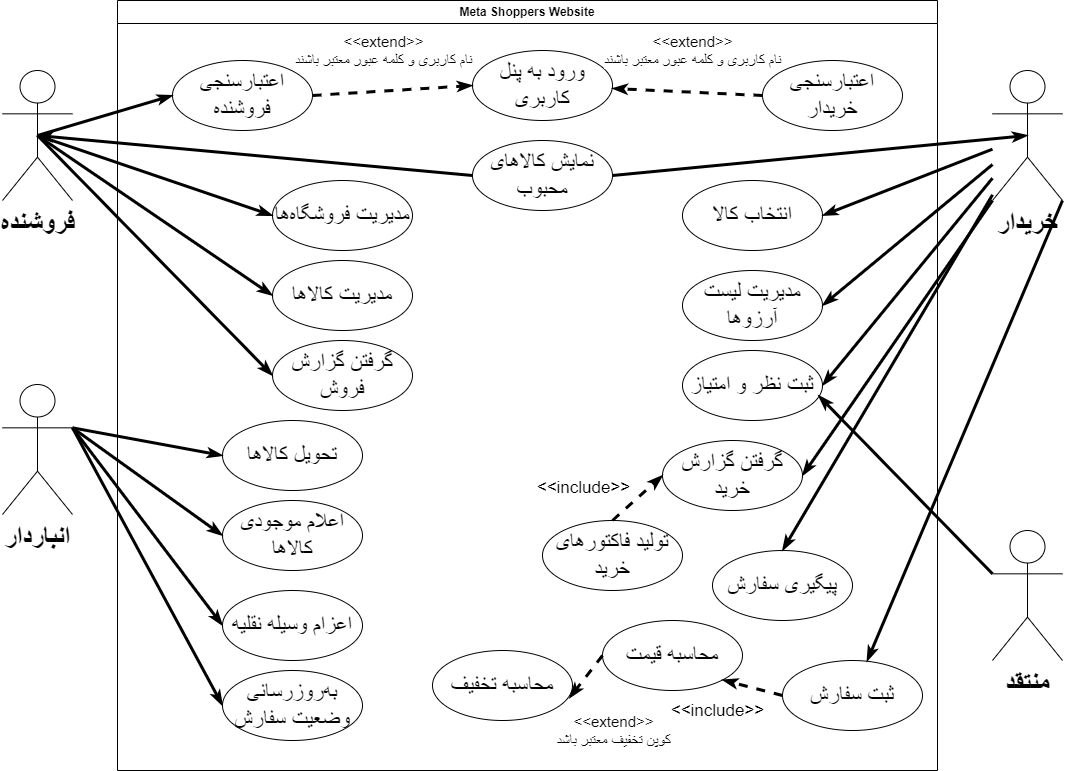
Before: Documentations/4- Usecase Diagram/MetaShoppers_UCDiag.drawio.png, a diagram exported from draw.io (Mehrbod-MK/MetaShoppers). Source tidied: cells renumbered, new cells last; positions are measured from the earlier drawing's top-left corner, leaving out a move shared by most shapes. The source it was exported from:
```xml
<mxGraphModel>
  <root>
    <mxCell id="0" />
    <mxCell id="1" parent="0" />
    <mxCell id="2" value="Meta Shoppers Website" style="swimlane;whiteSpace=wrap;html=1;" parent="1" vertex="1">
      <mxGeometry x="115" width="820" height="770" as="geometry" />
    </mxCell>
    <mxCell id="3" value="اعتبارسنجی فروشنده" style="ellipse;whiteSpace=wrap;html=1;fontSize=22;" parent="2" vertex="1">
      <mxGeometry x="55" y="60" width="140" height="70" as="geometry" />
    </mxCell>
    <mxCell id="4" value="ورود به پنل کاربری" style="ellipse;whiteSpace=wrap;html=1;fontSize=22;" parent="2" vertex="1">
      <mxGeometry x="355" y="50" width="140" height="70" as="geometry" />
    </mxCell>
    <mxCell id="5" value="مدیریت فروشگاه‌ها" style="ellipse;whiteSpace=wrap;html=1;fontSize=22;" parent="2" vertex="1">
      <mxGeometry x="155" y="180" width="140" height="70" as="geometry" />
    </mxCell>
    <mxCell id="6" value="مدیریت کالاها" style="ellipse;whiteSpace=wrap;html=1;fontSize=22;" parent="2" vertex="1">
      <mxGeometry x="155" y="260" width="140" height="70" as="geometry" />
    </mxCell>
    <mxCell id="7" value="اعتبارسنجی خریدار" style="ellipse;whiteSpace=wrap;html=1;fontSize=22;" parent="2" vertex="1">
      <mxGeometry x="645" y="60" width="140" height="70" as="geometry" />
    </mxCell>
    <mxCell id="8" value="انتخاب کالا" style="ellipse;whiteSpace=wrap;html=1;fontSize=22;" parent="2" vertex="1">
      <mxGeometry x="565" y="180" width="140" height="70" as="geometry" />
    </mxCell>
    <mxCell id="9" value="مدیریت لیست آرزوها" style="ellipse;whiteSpace=wrap;html=1;fontSize=22;" parent="2" vertex="1">
      <mxGeometry x="565" y="270" width="140" height="70" as="geometry" />
    </mxCell>
    <mxCell id="10" value="ثبت نظر و امتیاز" style="ellipse;whiteSpace=wrap;html=1;fontSize=22;" parent="2" vertex="1">
      <mxGeometry x="565" y="350" width="140" height="70" as="geometry" />
    </mxCell>
    <mxCell id="11" value="گرفتن گزارش خرید" style="ellipse;whiteSpace=wrap;html=1;fontSize=22;" parent="2" vertex="1">
      <mxGeometry x="545" y="440" width="140" height="70" as="geometry" />
    </mxCell>
    <mxCell id="12" value="تولید فاکتورهای خرید" style="ellipse;whiteSpace=wrap;html=1;fontSize=22;" parent="2" vertex="1">
      <mxGeometry x="425" y="520" width="140" height="70" as="geometry" />
    </mxCell>
    <mxCell id="13" value="پیگیری سفارش" style="ellipse;whiteSpace=wrap;html=1;fontSize=22;" parent="2" vertex="1">
      <mxGeometry x="595" y="550" width="140" height="70" as="geometry" />
    </mxCell>
    <mxCell id="14" style="endArrow=classicThin;html=1;rounded=0;exitX=1;exitY=0.5;exitDx=0;exitDy=0;entryX=0;entryY=0.5;entryDx=0;entryDy=0;endFill=1;strokeWidth=3;dashed=1;" parent="2" edge="1" source="3" target="4">
      <mxGeometry relative="1" as="geometry" />
    </mxCell>
    <mxCell id="15" value="&amp;lt;&amp;lt;extend&amp;gt;&amp;gt;&lt;div style=&quot;font-size: 15px;&quot;&gt;نام کاربری و کلمه عبور معتبر باشند&lt;/div&gt;" style="edgeLabel;html=1;align=center;verticalAlign=middle;fontSize=15;" parent="14" vertex="1">
      <mxGeometry x="0.27" relative="1" as="geometry">
        <mxPoint x="-31" y="-39" as="offset" />
      </mxGeometry>
    </mxCell>
    <mxCell id="16" style="endArrow=classicThin;html=1;rounded=0;exitX=0;exitY=0.5;exitDx=0;exitDy=0;endFill=1;strokeWidth=3;dashed=1;" parent="2" edge="1" source="7" target="4">
      <mxGeometry relative="1" as="geometry" />
    </mxCell>
    <mxCell id="17" value="&amp;lt;&amp;lt;extend&amp;gt;&amp;gt;&lt;div style=&quot;font-size: 15px;&quot;&gt;نام کاربری و کلمه عبور معتبر باشند&lt;/div&gt;" style="edgeLabel;html=1;align=center;verticalAlign=middle;fontSize=15;" parent="16" vertex="1">
      <mxGeometry x="0.27" relative="1" as="geometry">
        <mxPoint x="25" y="-41" as="offset" />
      </mxGeometry>
    </mxCell>
    <mxCell id="18" value="گرفتن گزارش فروش" style="ellipse;whiteSpace=wrap;html=1;fontSize=22;" parent="2" vertex="1">
      <mxGeometry x="155" y="340" width="140" height="70" as="geometry" />
    </mxCell>
    <mxCell id="19" value="نمایش کالاهای محبوب" style="ellipse;whiteSpace=wrap;html=1;fontSize=22;" parent="2" vertex="1">
      <mxGeometry x="355" y="140" width="140" height="70" as="geometry" />
    </mxCell>
    <mxCell id="20" value="محاسبه قیمت" style="ellipse;whiteSpace=wrap;html=1;fontSize=22;" parent="2" vertex="1">
      <mxGeometry x="485" y="620" width="140" height="70" as="geometry" />
    </mxCell>
    <mxCell id="21" style="endArrow=classicThin;html=1;rounded=0;exitX=0.5;exitY=0;exitDx=0;exitDy=0;entryX=0;entryY=0.5;entryDx=0;entryDy=0;endFill=1;strokeWidth=3;dashed=1;" parent="2" edge="1" source="12" target="11">
      <mxGeometry relative="1" as="geometry" />
    </mxCell>
    <mxCell id="22" value="&amp;lt;&amp;lt;include&amp;gt;&amp;gt;" style="edgeLabel;html=1;align=center;verticalAlign=middle;fontSize=17;" parent="21" vertex="1">
      <mxGeometry x="0.46" y="-4" relative="1" as="geometry">
        <mxPoint x="-69" y="-3" as="offset" />
      </mxGeometry>
    </mxCell>
    <mxCell id="23" value="ثبت سفارش" style="ellipse;whiteSpace=wrap;html=1;fontSize=22;" parent="2" vertex="1">
      <mxGeometry x="665" y="660" width="140" height="70" as="geometry" />
    </mxCell>
    <mxCell id="24" style="endArrow=classicThin;html=1;rounded=0;exitX=0;exitY=0.5;exitDx=0;exitDy=0;entryX=1;entryY=1;entryDx=0;entryDy=0;endFill=1;strokeWidth=3;dashed=1;" parent="2" edge="1" source="23" target="20">
      <mxGeometry relative="1" as="geometry" />
    </mxCell>
    <mxCell id="25" value="&amp;lt;&amp;lt;include&amp;gt;&amp;gt;" style="edgeLabel;html=1;align=center;verticalAlign=middle;fontSize=17;" parent="24" vertex="1">
      <mxGeometry x="0.46" y="-4" relative="1" as="geometry">
        <mxPoint x="-24" y="30" as="offset" />
      </mxGeometry>
    </mxCell>
    <mxCell id="26" value="محاسبه تخفیف" style="ellipse;whiteSpace=wrap;html=1;fontSize=22;" parent="2" vertex="1">
      <mxGeometry x="315" y="650" width="140" height="70" as="geometry" />
    </mxCell>
    <mxCell id="27" style="endArrow=classicThin;html=1;rounded=0;exitX=0;exitY=0.5;exitDx=0;exitDy=0;endFill=1;strokeWidth=3;dashed=1;entryX=0.979;entryY=0.677;entryDx=0;entryDy=0;entryPerimeter=0;" parent="2" edge="1" source="20" target="26">
      <mxGeometry relative="1" as="geometry" />
    </mxCell>
    <mxCell id="28" value="&amp;lt;&amp;lt;extend&amp;gt;&amp;gt;&lt;div style=&quot;font-size: 15px;&quot;&gt;کوپن تخفیف معتبر باشد&lt;/div&gt;" style="edgeLabel;html=1;align=center;verticalAlign=middle;fontSize=15;" parent="27" vertex="1">
      <mxGeometry x="0.27" relative="1" as="geometry">
        <mxPoint x="31" y="48" as="offset" />
      </mxGeometry>
    </mxCell>
    <mxCell id="29" value="تحویل کالاها" style="ellipse;whiteSpace=wrap;html=1;fontSize=22;" parent="2" vertex="1">
      <mxGeometry x="105" y="420" width="140" height="70" as="geometry" />
    </mxCell>
    <mxCell id="30" value="اعلام موجودی کالاها" style="ellipse;whiteSpace=wrap;html=1;fontSize=22;" parent="2" vertex="1">
      <mxGeometry x="105" y="500" width="140" height="70" as="geometry" />
    </mxCell>
    <mxCell id="31" value="اعزام وسیله نقلیه" style="ellipse;whiteSpace=wrap;html=1;fontSize=22;" parent="2" vertex="1">
      <mxGeometry x="105" y="590" width="140" height="70" as="geometry" />
    </mxCell>
    <mxCell id="32" value="به‌روزرسانی وضعیت سفارش" style="ellipse;whiteSpace=wrap;html=1;fontSize=22;" parent="2" vertex="1">
      <mxGeometry x="105" y="670" width="140" height="70" as="geometry" />
    </mxCell>
    <mxCell id="33" value="فروشنده" style="shape=umlActor;verticalLabelPosition=bottom;verticalAlign=top;html=1;outlineConnect=0;fontSize=27;fontStyle=1;" parent="1" vertex="1">
      <mxGeometry y="70" width="70" height="130" as="geometry" />
    </mxCell>
    <mxCell id="34" value="خریدار" style="shape=umlActor;verticalLabelPosition=bottom;verticalAlign=top;html=1;outlineConnect=0;fontSize=27;fontStyle=1;" parent="1" vertex="1">
      <mxGeometry x="990" y="70" width="70" height="130" as="geometry" />
    </mxCell>
    <mxCell id="35" style="endArrow=classicThin;html=1;rounded=0;exitX=0.5;exitY=0.5;exitDx=0;exitDy=0;exitPerimeter=0;entryX=0;entryY=0.5;entryDx=0;entryDy=0;endFill=1;strokeWidth=3;" parent="1" edge="1" source="33" target="3">
      <mxGeometry relative="1" as="geometry" />
    </mxCell>
    <mxCell id="36" style="endArrow=classicThin;html=1;rounded=0;exitX=0.5;exitY=0.5;exitDx=0;exitDy=0;exitPerimeter=0;entryX=0;entryY=0.5;entryDx=0;entryDy=0;endFill=1;strokeWidth=3;" parent="1" edge="1" source="33" target="5">
      <mxGeometry relative="1" as="geometry" />
    </mxCell>
    <mxCell id="37" style="endArrow=classicThin;html=1;rounded=0;exitX=0.5;exitY=0.5;exitDx=0;exitDy=0;exitPerimeter=0;entryX=0;entryY=0.5;entryDx=0;entryDy=0;endFill=1;strokeWidth=3;" parent="1" edge="1" source="33" target="6">
      <mxGeometry relative="1" as="geometry" />
    </mxCell>
    <mxCell id="38" style="endArrow=classicThin;html=1;rounded=0;exitX=0.5;exitY=0.5;exitDx=0;exitDy=0;exitPerimeter=0;entryX=0;entryY=0.5;entryDx=0;entryDy=0;endFill=1;strokeWidth=3;" parent="1" edge="1" source="33" target="18">
      <mxGeometry relative="1" as="geometry" />
    </mxCell>
    <mxCell id="39" style="endArrow=classicThin;html=1;rounded=0;exitX=0;exitY=0.5;exitDx=0;exitDy=0;entryX=0.5;entryY=0.5;entryDx=0;entryDy=0;endFill=1;strokeWidth=3;entryPerimeter=0;" parent="1" edge="1" source="19" target="33">
      <mxGeometry relative="1" as="geometry" />
    </mxCell>
    <mxCell id="40" style="endArrow=classicThin;html=1;rounded=0;exitX=1;exitY=0.5;exitDx=0;exitDy=0;entryX=0.5;entryY=0.5;entryDx=0;entryDy=0;endFill=1;strokeWidth=3;entryPerimeter=0;" parent="1" edge="1" source="19" target="34">
      <mxGeometry relative="1" as="geometry" />
    </mxCell>
    <mxCell id="41" style="endArrow=classicThin;html=1;rounded=0;entryX=1;entryY=0.5;entryDx=0;entryDy=0;endFill=1;strokeWidth=3;" parent="1" edge="1" source="34" target="8">
      <mxGeometry relative="1" as="geometry" />
    </mxCell>
    <mxCell id="42" style="endArrow=classicThin;html=1;rounded=0;entryX=1;entryY=0.5;entryDx=0;entryDy=0;endFill=1;strokeWidth=3;" parent="1" edge="1" source="34" target="9">
      <mxGeometry relative="1" as="geometry" />
    </mxCell>
    <mxCell id="43" style="endArrow=classicThin;html=1;rounded=0;entryX=1;entryY=0.5;entryDx=0;entryDy=0;endFill=1;strokeWidth=3;" parent="1" edge="1" source="34" target="10">
      <mxGeometry relative="1" as="geometry" />
    </mxCell>
    <mxCell id="44" style="endArrow=classicThin;html=1;rounded=0;entryX=1;entryY=0.5;entryDx=0;entryDy=0;endFill=1;strokeWidth=3;exitX=0;exitY=1;exitDx=0;exitDy=0;exitPerimeter=0;" parent="1" edge="1" source="34" target="11">
      <mxGeometry relative="1" as="geometry" />
    </mxCell>
    <mxCell id="45" style="endArrow=classicThin;html=1;rounded=0;endFill=1;strokeWidth=3;exitX=1;exitY=1;exitDx=0;exitDy=0;exitPerimeter=0;" parent="1" edge="1" source="34" target="23">
      <mxGeometry relative="1" as="geometry" />
    </mxCell>
    <mxCell id="46" style="endArrow=classicThin;html=1;rounded=0;endFill=1;strokeWidth=3;entryX=0.5;entryY=0;entryDx=0;entryDy=0;" parent="1" edge="1" source="34" target="13">
      <mxGeometry relative="1" as="geometry" />
    </mxCell>
    <mxCell id="47" value="منتقد" style="shape=umlActor;verticalLabelPosition=bottom;verticalAlign=top;html=1;outlineConnect=0;fontSize=27;fontStyle=1;" parent="1" vertex="1">
      <mxGeometry x="990" y="530" width="70" height="130" as="geometry" />
    </mxCell>
    <mxCell id="48" style="endArrow=classicThin;html=1;rounded=0;entryX=0.971;entryY=0.643;entryDx=0;entryDy=0;endFill=1;strokeWidth=3;exitX=0;exitY=0.3333333333333333;exitDx=0;exitDy=0;exitPerimeter=0;entryPerimeter=0;" parent="1" edge="1" source="47" target="10">
      <mxGeometry relative="1" as="geometry" />
    </mxCell>
    <mxCell id="49" value="انباردار" style="shape=umlActor;verticalLabelPosition=bottom;verticalAlign=top;html=1;outlineConnect=0;fontSize=27;fontStyle=1;" parent="1" vertex="1">
      <mxGeometry y="384" width="70" height="130" as="geometry" />
    </mxCell>
    <mxCell id="50" style="endArrow=classicThin;html=1;rounded=0;exitX=1;exitY=0.3333333333333333;exitDx=0;exitDy=0;exitPerimeter=0;entryX=0;entryY=0.5;entryDx=0;entryDy=0;endFill=1;strokeWidth=3;" parent="1" edge="1" source="49" target="29">
      <mxGeometry relative="1" as="geometry" />
    </mxCell>
    <mxCell id="51" style="endArrow=classicThin;html=1;rounded=0;exitX=1;exitY=0.3333333333333333;exitDx=0;exitDy=0;exitPerimeter=0;entryX=0;entryY=0.5;entryDx=0;entryDy=0;endFill=1;strokeWidth=3;" parent="1" edge="1" source="49" target="30">
      <mxGeometry relative="1" as="geometry" />
    </mxCell>
    <mxCell id="52" style="endArrow=classicThin;html=1;rounded=0;exitX=1;exitY=0.3333333333333333;exitDx=0;exitDy=0;exitPerimeter=0;entryX=0;entryY=0.5;entryDx=0;entryDy=0;endFill=1;strokeWidth=3;" parent="1" edge="1" source="49" target="31">
      <mxGeometry relative="1" as="geometry" />
    </mxCell>
    <mxCell id="53" style="endArrow=classicThin;html=1;rounded=0;exitX=1;exitY=0.3333333333333333;exitDx=0;exitDy=0;exitPerimeter=0;entryX=0;entryY=0.5;entryDx=0;entryDy=0;endFill=1;strokeWidth=3;" parent="1" edge="1" source="49" target="32">
      <mxGeometry relative="1" as="geometry" />
    </mxCell>
  </root>
</mxGraphModel>
```
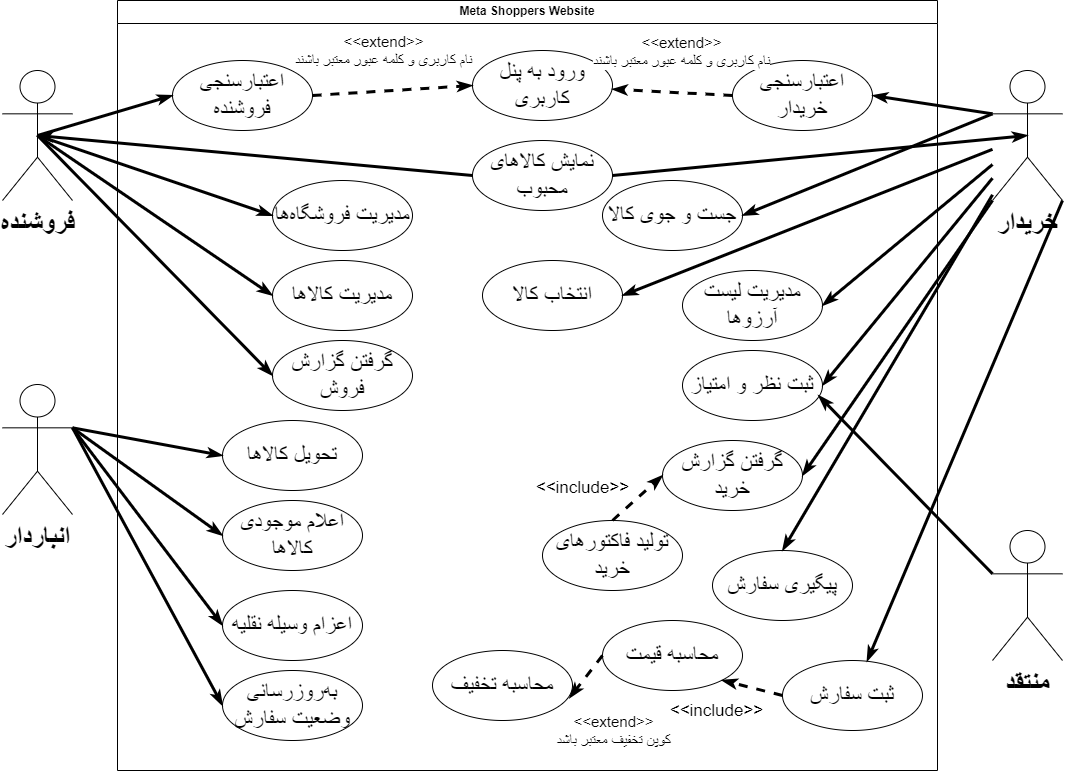
The same file after the commit.

Commit message:
Adding UC Descriptions and Modified UC Diagram.

What changed in the source:
```diff
@@ -18,10 +18,10 @@
       <mxGeometry x="155" y="260" width="140" height="70" as="geometry" />
     </mxCell>
     <mxCell id="7" value="اعتبارسنجی خریدار" style="ellipse;whiteSpace=wrap;html=1;fontSize=22;" parent="2" vertex="1">
-      <mxGeometry x="645" y="60" width="140" height="70" as="geometry" />
+      <mxGeometry x="615" y="60" width="140" height="70" as="geometry" />
     </mxCell>
     <mxCell id="8" value="انتخاب کالا" style="ellipse;whiteSpace=wrap;html=1;fontSize=22;" parent="2" vertex="1">
-      <mxGeometry x="565" y="180" width="140" height="70" as="geometry" />
+      <mxGeometry x="365" y="260" width="140" height="70" as="geometry" />
     </mxCell>
     <mxCell id="9" value="مدیریت لیست آرزوها" style="ellipse;whiteSpace=wrap;html=1;fontSize=22;" parent="2" vertex="1">
       <mxGeometry x="565" y="270" width="140" height="70" as="geometry" />
@@ -105,6 +105,9 @@
     <mxCell id="32" value="به‌روزرسانی وضعیت سفارش" style="ellipse;whiteSpace=wrap;html=1;fontSize=22;" parent="2" vertex="1">
       <mxGeometry x="105" y="670" width="140" height="70" as="geometry" />
     </mxCell>
+    <mxCell id="54" value="جست و جوی کالا" style="ellipse;whiteSpace=wrap;html=1;fontSize=22;" parent="2" vertex="1">
+      <mxGeometry x="485" y="180" width="140" height="70" as="geometry" />
+    </mxCell>
     <mxCell id="33" value="فروشنده" style="shape=umlActor;verticalLabelPosition=bottom;verticalAlign=top;html=1;outlineConnect=0;fontSize=27;fontStyle=1;" parent="1" vertex="1">
       <mxGeometry y="70" width="70" height="130" as="geometry" />
     </mxCell>
@@ -168,5 +171,11 @@
     <mxCell id="53" style="endArrow=classicThin;html=1;rounded=0;exitX=1;exitY=0.3333333333333333;exitDx=0;exitDy=0;exitPerimeter=0;entryX=0;entryY=0.5;entryDx=0;entryDy=0;endFill=1;strokeWidth=3;" parent="1" edge="1" source="49" target="32">
       <mxGeometry relative="1" as="geometry" />
     </mxCell>
+    <mxCell id="55" style="endArrow=classicThin;html=1;rounded=0;entryX=1;entryY=0.5;entryDx=0;entryDy=0;endFill=1;strokeWidth=3;exitX=0;exitY=0.3333333333333333;exitDx=0;exitDy=0;exitPerimeter=0;" parent="1" edge="1" source="34" target="54">
+      <mxGeometry relative="1" as="geometry" />
+    </mxCell>
+    <mxCell id="56" style="endArrow=classicThin;html=1;rounded=0;entryX=1;entryY=0.5;entryDx=0;entryDy=0;endFill=1;strokeWidth=3;exitX=0;exitY=0.3333333333333333;exitDx=0;exitDy=0;exitPerimeter=0;" parent="1" edge="1" source="34" target="7">
+      <mxGeometry relative="1" as="geometry" />
+    </mxCell>
   </root>
 </mxGraphModel>
```
